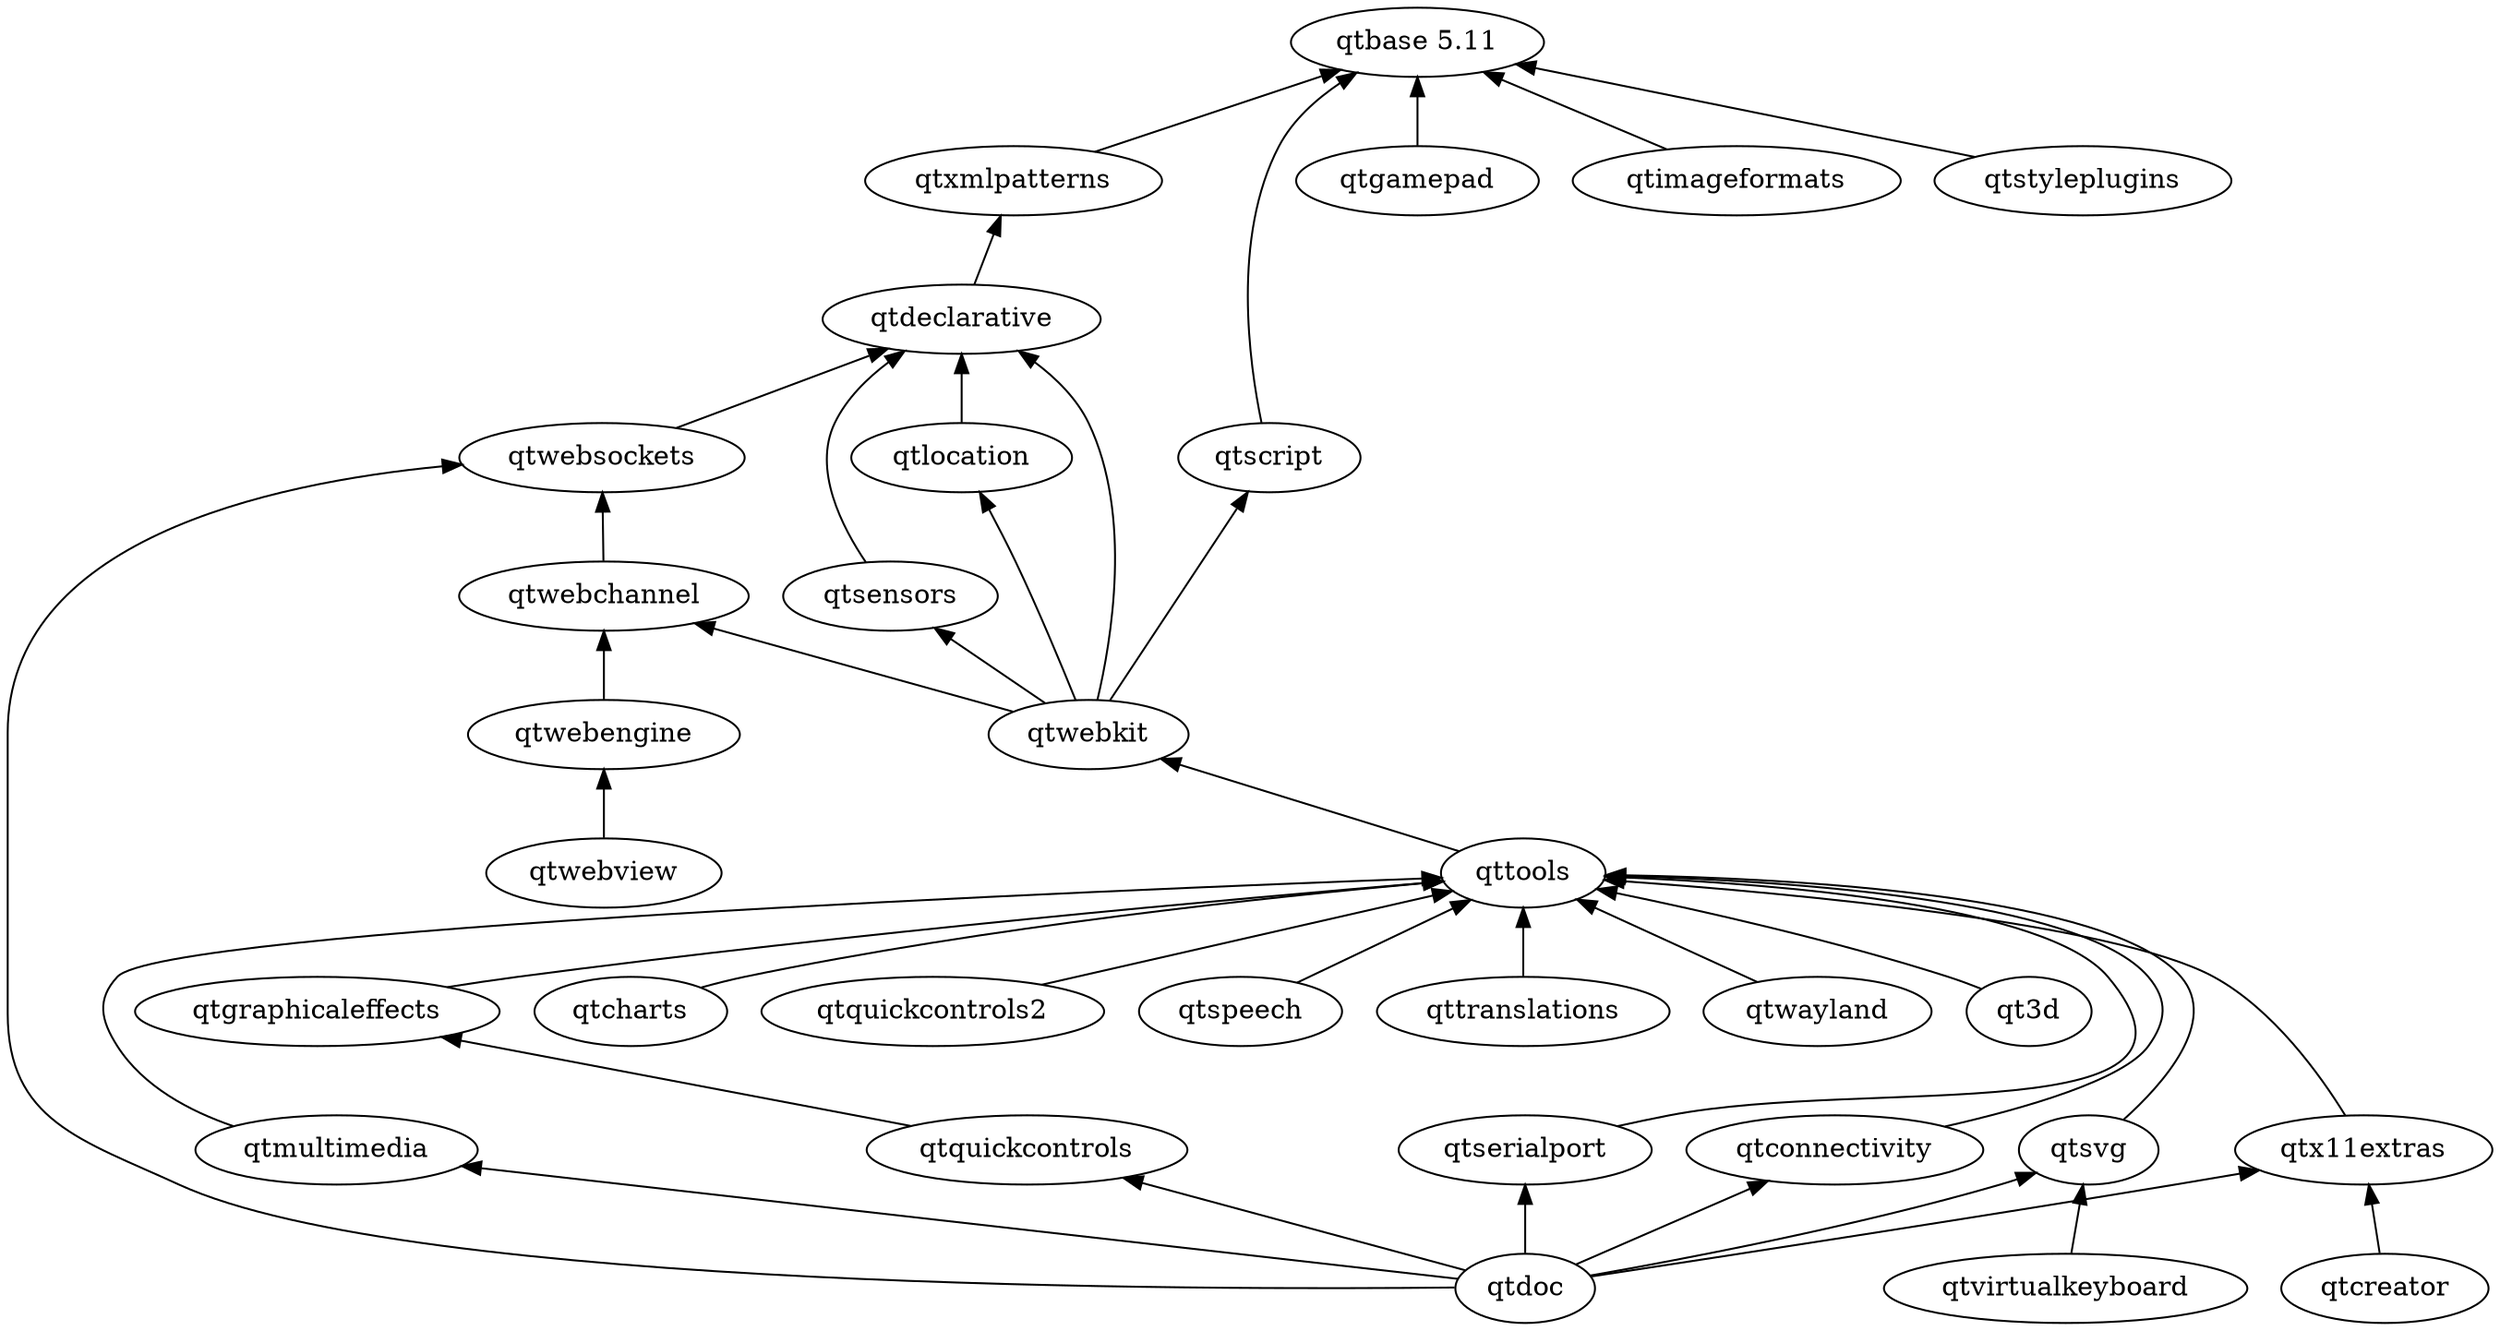
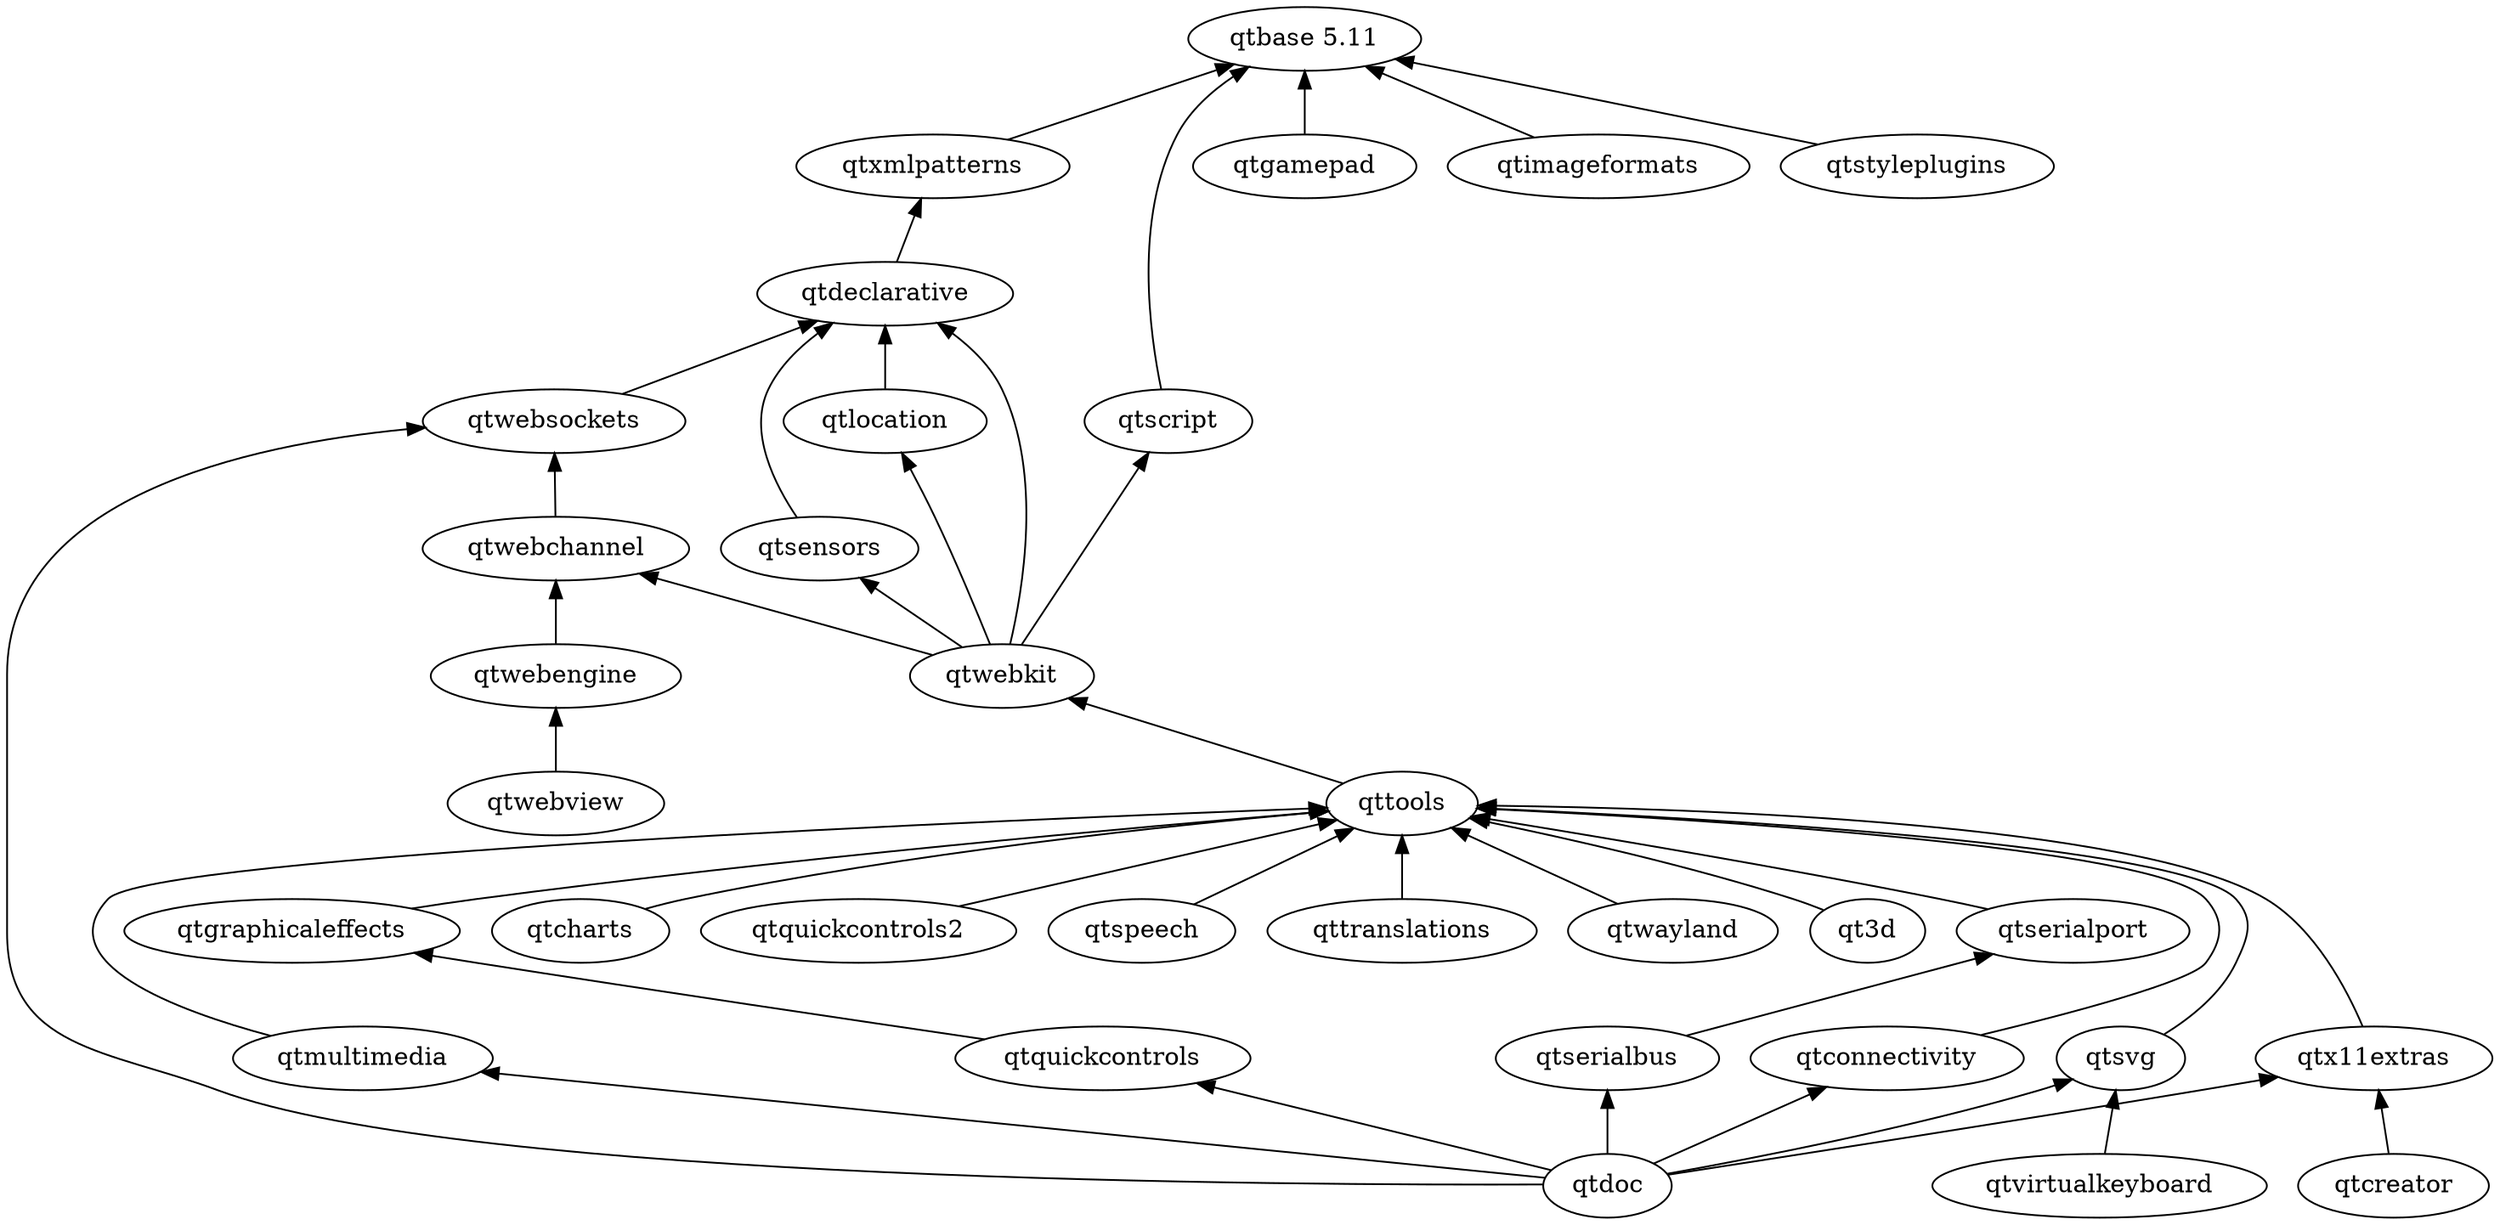
digraph qt5 {
  graph [
    rankdir = "BT"
  ]

  qt3d
  "qtbase 5.11"
  qtcharts
  qtconnectivity
  qtcreator
  qtdeclarative
  qtdoc
  qtgamepad
  qtgraphicaleffects
  qtimageformats
  qtlocation
  qtmultimedia
  qtquickcontrols
  qtquickcontrols2
  qtscript
  qtsensors
+   qtserialbus
  qtserialport
  qtspeech
  qtstyleplugins
  qtsvg
  qttools
  qttranslations
  qtvirtualkeyboard
  qtwayland
  qtwebchannel
  qtwebengine
  qtwebkit
  qtwebsockets
  qtx11extras
  qtxmlpatterns

  qt3d -> qttools
  qtcharts -> qttools
  qtconnectivity -> qttools
  qtcreator -> qtx11extras
  qtdeclarative -> qtxmlpatterns
  qtdoc -> qtconnectivity
  qtdoc -> qtmultimedia
  qtdoc -> qtquickcontrols
-   qtdoc -> qtserialport
+   qtdoc -> qtserialbus
  qtdoc -> qtsvg
  qtdoc -> qtwebsockets
  qtdoc -> qtx11extras
  qtgamepad -> "qtbase 5.11"
  qtgraphicaleffects -> qttools
  qtimageformats -> "qtbase 5.11"
  qtlocation -> qtdeclarative
  qtmultimedia -> qttools
  qtquickcontrols -> qtgraphicaleffects
  qtquickcontrols2 -> qttools
  qtscript -> "qtbase 5.11"
  qtsensors ->qtdeclarative
+   qtserialbus -> qtserialport
  qtserialport -> qttools
  qtspeech -> qttools
  qtstyleplugins -> "qtbase 5.11"
  qtsvg -> qttools
  qttools -> qtwebkit
  qttranslations -> qttools
  qtvirtualkeyboard -> qtsvg
  qtwayland -> qttools
  qtwebchannel -> qtwebsockets
  qtwebengine -> qtwebchannel
  qtwebview -> qtwebengine
  qtwebkit -> qtdeclarative
  qtwebkit -> qtlocation
  qtwebkit -> qtscript
  qtwebkit -> qtsensors
  qtwebkit -> qtwebchannel
  qtwebsockets -> qtdeclarative
  qtx11extras -> qttools
  qtxmlpatterns -> "qtbase 5.11"
}
